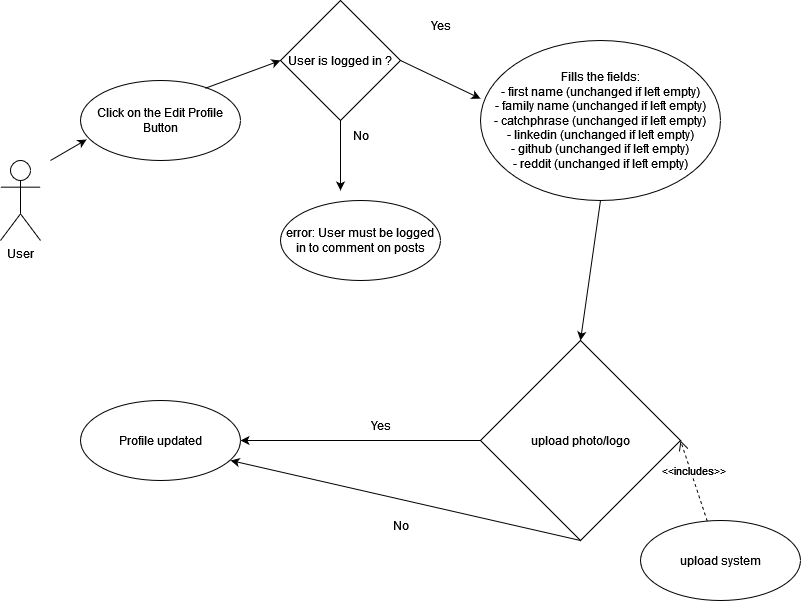
Above: UML/use cases diagrams/use case edit profile.drawio.png in AlexisT37/p5myblog (draw.io), before the change. Source tidied: cells renumbered, new cells last; positions are measured from the earlier drawing's top-left corner, leaving out a move shared by most shapes.
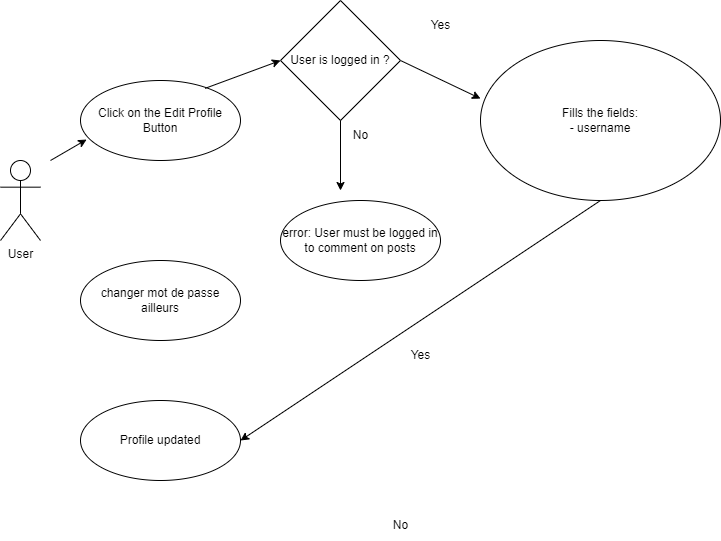
The same diagram one commit later.

What changed in the source:
```diff
@@ -8,7 +8,7 @@
     <mxCell id="3" value="Click on the Edit Profile Button" style="ellipse;whiteSpace=wrap;html=1;" parent="1" vertex="1">
       <mxGeometry x="80" y="80" width="160" height="80" as="geometry" />
     </mxCell>
-    <mxCell id="4" value="&lt;div&gt;Fills the fields:&lt;/div&gt;&lt;div&gt;- first name (unchanged if left empty)&lt;/div&gt;&lt;div&gt;- family name (unchanged if left empty)&lt;/div&gt;&lt;div&gt;- catchphrase (unchanged if left empty)&lt;/div&gt;&lt;div&gt;- linkedin (unchanged if left empty)&lt;/div&gt;&lt;div&gt;- github (unchanged if left empty)&lt;/div&gt;&lt;div&gt;- reddit (unchanged if left empty)&lt;/div&gt;" style="ellipse;whiteSpace=wrap;html=1;" parent="1" vertex="1">
+    <mxCell id="4" value="&lt;div&gt;Fills the fields:&lt;/div&gt;&lt;div&gt;- username&lt;/div&gt;" style="ellipse;whiteSpace=wrap;html=1;" parent="1" vertex="1">
       <mxGeometry x="480" y="40" width="240" height="160" as="geometry" />
     </mxCell>
     <mxCell id="5" style="endArrow=classic;html=1;rounded=0;entryX=0;entryY=0.5;entryDx=0;entryDy=0;exitX=0.779;exitY=0.098;exitDx=0;exitDy=0;exitPerimeter=0;" parent="1" edge="1" source="3" target="16">
@@ -17,32 +17,17 @@
     <mxCell id="6" style="endArrow=classic;html=1;rounded=0;entryX=0;entryY=0.363;entryDx=0;entryDy=0;exitX=1;exitY=0.5;exitDx=0;exitDy=0;entryPerimeter=0;" parent="1" edge="1" source="16" target="4">
       <mxGeometry relative="1" as="geometry" />
     </mxCell>
-    <mxCell id="7" value="upload photo/logo" style="rhombus;whiteSpace=wrap;html=1;" parent="1" vertex="1">
-      <mxGeometry x="480" y="340" width="200" height="200" as="geometry" />
-    </mxCell>
-    <mxCell id="8" style="endArrow=classic;html=1;rounded=0;entryX=0.5;entryY=0;entryDx=0;entryDy=0;exitX=0.5;exitY=1;exitDx=0;exitDy=0;" parent="1" edge="1" source="4" target="7">
-      <mxGeometry relative="1" as="geometry" />
-    </mxCell>
-    <mxCell id="9" value="upload system" style="ellipse;whiteSpace=wrap;html=1;" parent="1" vertex="1">
-      <mxGeometry x="640" y="520" width="160" height="80" as="geometry" />
-    </mxCell>
-    <mxCell id="10" value="&amp;lt;&amp;lt;includes&amp;gt;&amp;gt;" style="html=1;verticalAlign=bottom;endArrow=open;dashed=1;endSize=8;rounded=0;entryX=1;entryY=0.5;entryDx=0;entryDy=0;" parent="1" edge="1" source="9" target="7">
-      <mxGeometry relative="1" as="geometry" />
-    </mxCell>
     <mxCell id="11" value="Profile updated" style="ellipse;whiteSpace=wrap;html=1;" parent="1" vertex="1">
       <mxGeometry x="80" y="400" width="160" height="80" as="geometry" />
     </mxCell>
-    <mxCell id="12" style="endArrow=classic;html=1;rounded=0;exitX=0.5;exitY=1;exitDx=0;exitDy=0;entryX=0.938;entryY=0.75;entryDx=0;entryDy=0;entryPerimeter=0;" parent="1" edge="1" source="7" target="11">
-      <mxGeometry relative="1" as="geometry" />
-    </mxCell>
     <mxCell id="13" value="No" style="text;html=1;align=center;verticalAlign=middle;strokeColor=none;fillColor=none;" parent="1" vertex="1">
       <mxGeometry x="380" y="510" width="40" height="30" as="geometry" />
     </mxCell>
-    <mxCell id="14" style="endArrow=classic;html=1;rounded=0;entryX=1;entryY=0.5;entryDx=0;entryDy=0;exitX=0;exitY=0.5;exitDx=0;exitDy=0;" parent="1" edge="1" source="7" target="11">
+    <mxCell id="14" style="endArrow=classic;html=1;rounded=0;entryX=1;entryY=0.5;entryDx=0;entryDy=0;exitX=0.5;exitY=1;exitDx=0;exitDy=0;" parent="1" edge="1" source="4" target="11">
       <mxGeometry relative="1" as="geometry" />
     </mxCell>
     <mxCell id="15" value="Yes" style="text;html=1;align=center;verticalAlign=middle;strokeColor=none;fillColor=none;" parent="1" vertex="1">
-      <mxGeometry x="360" y="410" width="40" height="30" as="geometry" />
+      <mxGeometry x="400" y="340" width="40" height="30" as="geometry" />
     </mxCell>
     <mxCell id="16" value="User is logged in ?" style="rhombus;whiteSpace=wrap;html=1;" parent="1" vertex="1">
       <mxGeometry x="280" width="120" height="120" as="geometry" />
@@ -66,5 +51,8 @@
         <mxPoint x="50" y="160" as="sourcePoint" />
       </mxGeometry>
     </mxCell>
+    <mxCell id="22" value="changer mot de passe ailleurs" style="ellipse;whiteSpace=wrap;html=1;" parent="1" vertex="1">
+      <mxGeometry x="80" y="260" width="160" height="80" as="geometry" />
+    </mxCell>
   </root>
 </mxGraphModel>
```
